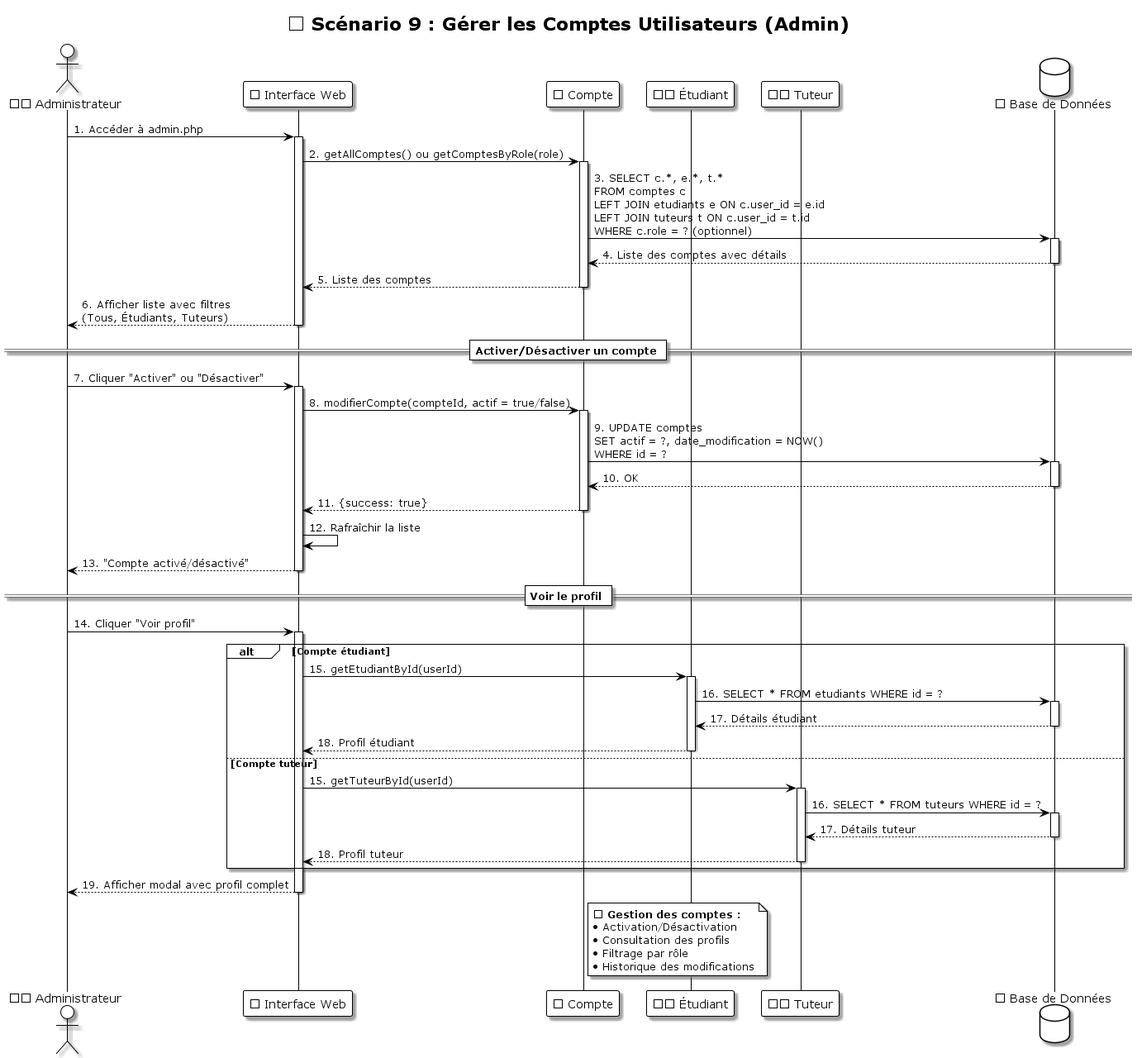
The PlantUML diagram UML/diagrammes_sequence/Sequence_09_Gerer_Comptes.png in LLAbdul/LLAbdul-projet-tutoplus, before a commit. Its diagram source:
```plantuml
@startuml Sequence_09_Gerer_Comptes
!theme plain
skinparam shadowing true
skinparam backgroundColor #FFFFFF

title 👥 Scénario 9 : Gérer les Comptes Utilisateurs (Admin)

actor "👨‍💼 Administrateur" as Admin
participant "🌐 Interface Web" as UI
participant "🔐 Compte" as Compte
participant "👨‍🎓 Étudiant" as Etudiant
participant "👨‍🏫 Tuteur" as Tuteur
database "💾 Base de Données" as DB

Admin -> UI: 1. Accéder à admin.php
activate UI

UI -> Compte: 2. getAllComptes() ou getComptesByRole(role)
activate Compte
Compte -> DB: 3. SELECT c.*, e.*, t.*\nFROM comptes c\nLEFT JOIN etudiants e ON c.user_id = e.id\nLEFT JOIN tuteurs t ON c.user_id = t.id\nWHERE c.role = ? (optionnel)
activate DB
DB --> Compte: 4. Liste des comptes avec détails
deactivate DB
Compte --> UI: 5. Liste des comptes
deactivate Compte

UI --> Admin: 6. Afficher liste avec filtres\n(Tous, Étudiants, Tuteurs)
deactivate UI

== Activer/Désactiver un compte ==
Admin -> UI: 7. Cliquer "Activer" ou "Désactiver"
activate UI
UI -> Compte: 8. modifierCompte(compteId, actif = true/false)
activate Compte
Compte -> DB: 9. UPDATE comptes\nSET actif = ?, date_modification = NOW()\nWHERE id = ?
activate DB
DB --> Compte: 10. OK
deactivate DB
Compte --> UI: 11. {success: true}
deactivate Compte

UI -> UI: 12. Rafraîchir la liste
UI --> Admin: 13. "Compte activé/désactivé"
deactivate UI

== Voir le profil ==
Admin -> UI: 14. Cliquer "Voir profil"
activate UI
alt Compte étudiant
    UI -> Etudiant: 15. getEtudiantById(userId)
    activate Etudiant
    Etudiant -> DB: 16. SELECT * FROM etudiants WHERE id = ?
    activate DB
    DB --> Etudiant: 17. Détails étudiant
    deactivate DB
    Etudiant --> UI: 18. Profil étudiant
    deactivate Etudiant
else Compte tuteur
    UI -> Tuteur: 15. getTuteurById(userId)
    activate Tuteur
    Tuteur -> DB: 16. SELECT * FROM tuteurs WHERE id = ?
    activate DB
    DB --> Tuteur: 17. Détails tuteur
    deactivate DB
    Tuteur --> UI: 18. Profil tuteur
    deactivate Tuteur
end

UI --> Admin: 19. Afficher modal avec profil complet
deactivate UI

note right of Compte
  🔐 **Gestion des comptes :**
  • Activation/Désactivation
  • Consultation des profils
  • Filtrage par rôle
  • Historique des modifications
end note
@enduml
```
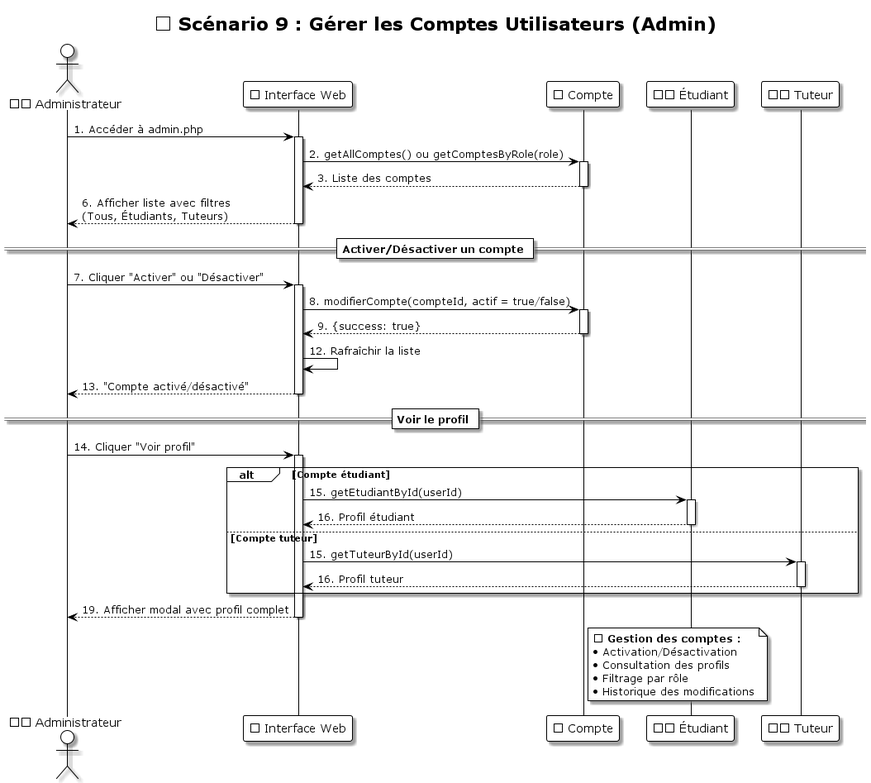
After the commit.

Change to the diagram source:
```diff
@@ -10,18 +10,13 @@
 participant "🔐 Compte" as Compte
 participant "👨‍🎓 Étudiant" as Etudiant
 participant "👨‍🏫 Tuteur" as Tuteur
-database "💾 Base de Données" as DB
 
 Admin -> UI: 1. Accéder à admin.php
 activate UI
 
 UI -> Compte: 2. getAllComptes() ou getComptesByRole(role)
 activate Compte
-Compte -> DB: 3. SELECT c.*, e.*, t.*\nFROM comptes c\nLEFT JOIN etudiants e ON c.user_id = e.id\nLEFT JOIN tuteurs t ON c.user_id = t.id\nWHERE c.role = ? (optionnel)
-activate DB
-DB --> Compte: 4. Liste des comptes avec détails
-deactivate DB
-Compte --> UI: 5. Liste des comptes
+Compte --> UI: 3. Liste des comptes
 deactivate Compte
 
 UI --> Admin: 6. Afficher liste avec filtres\n(Tous, Étudiants, Tuteurs)
@@ -32,11 +27,7 @@
 activate UI
 UI -> Compte: 8. modifierCompte(compteId, actif = true/false)
 activate Compte
-Compte -> DB: 9. UPDATE comptes\nSET actif = ?, date_modification = NOW()\nWHERE id = ?
-activate DB
-DB --> Compte: 10. OK
-deactivate DB
-Compte --> UI: 11. {success: true}
+Compte --> UI: 9. {success: true}
 deactivate Compte
 
 UI -> UI: 12. Rafraîchir la liste
@@ -49,20 +40,12 @@
 alt Compte étudiant
     UI -> Etudiant: 15. getEtudiantById(userId)
     activate Etudiant
-    Etudiant -> DB: 16. SELECT * FROM etudiants WHERE id = ?
-    activate DB
-    DB --> Etudiant: 17. Détails étudiant
-    deactivate DB
-    Etudiant --> UI: 18. Profil étudiant
+    Etudiant --> UI: 16. Profil étudiant
     deactivate Etudiant
 else Compte tuteur
     UI -> Tuteur: 15. getTuteurById(userId)
     activate Tuteur
-    Tuteur -> DB: 16. SELECT * FROM tuteurs WHERE id = ?
-    activate DB
-    DB --> Tuteur: 17. Détails tuteur
-    deactivate DB
-    Tuteur --> UI: 18. Profil tuteur
+    Tuteur --> UI: 16. Profil tuteur
     deactivate Tuteur
 end
 
```
